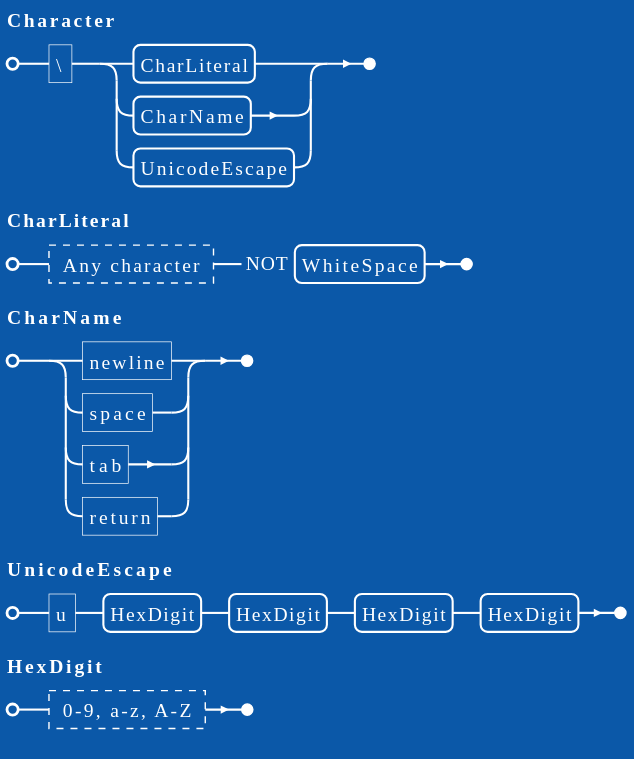
This is docs/grammar/edn_character.svg from DotFox/edn.c, a PlantUML export, as it was before one commit. The source it was exported from:
```plantuml
@startebnf
!theme amiga
Character = "\" , ( CharLiteral | CharName | UnicodeEscape ) ;

CharLiteral = ? Any character ? - WhiteSpace ;

CharName = "newline" | "space" | "tab" | "return" ;

UnicodeEscape = "u" , HexDigit , HexDigit , HexDigit , HexDigit ;

HexDigit = ? 0-9, a-z, A-Z ? ;
@endebnf
```
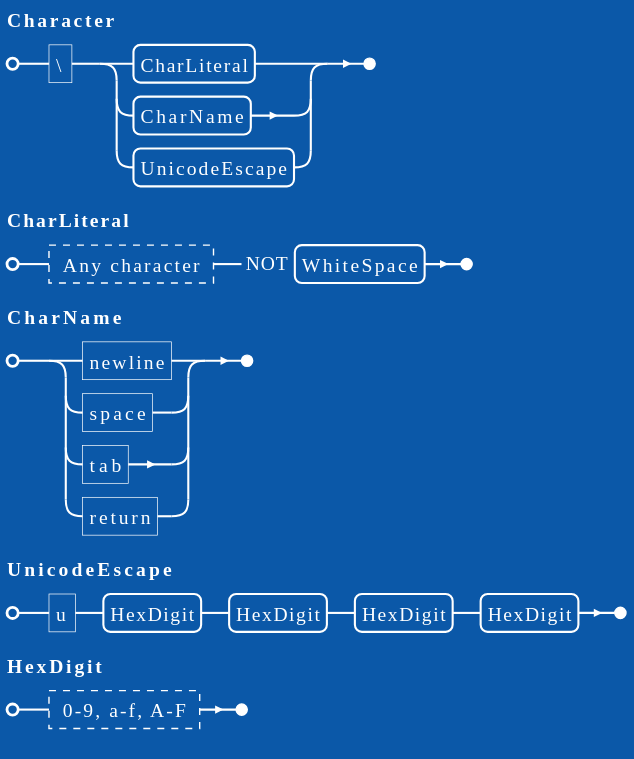
The same file after the commit.

Commit message:
Fix HexDigit, add ReadableEdnElement

The edit, as a diff of the source:
```diff
@@ -8,5 +8,5 @@
 
 UnicodeEscape = "u" , HexDigit , HexDigit , HexDigit , HexDigit ;
 
-HexDigit = ? 0-9, a-z, A-Z ? ;
+HexDigit = ? 0-9, a-f, A-F ? ;
 @endebnf
```
